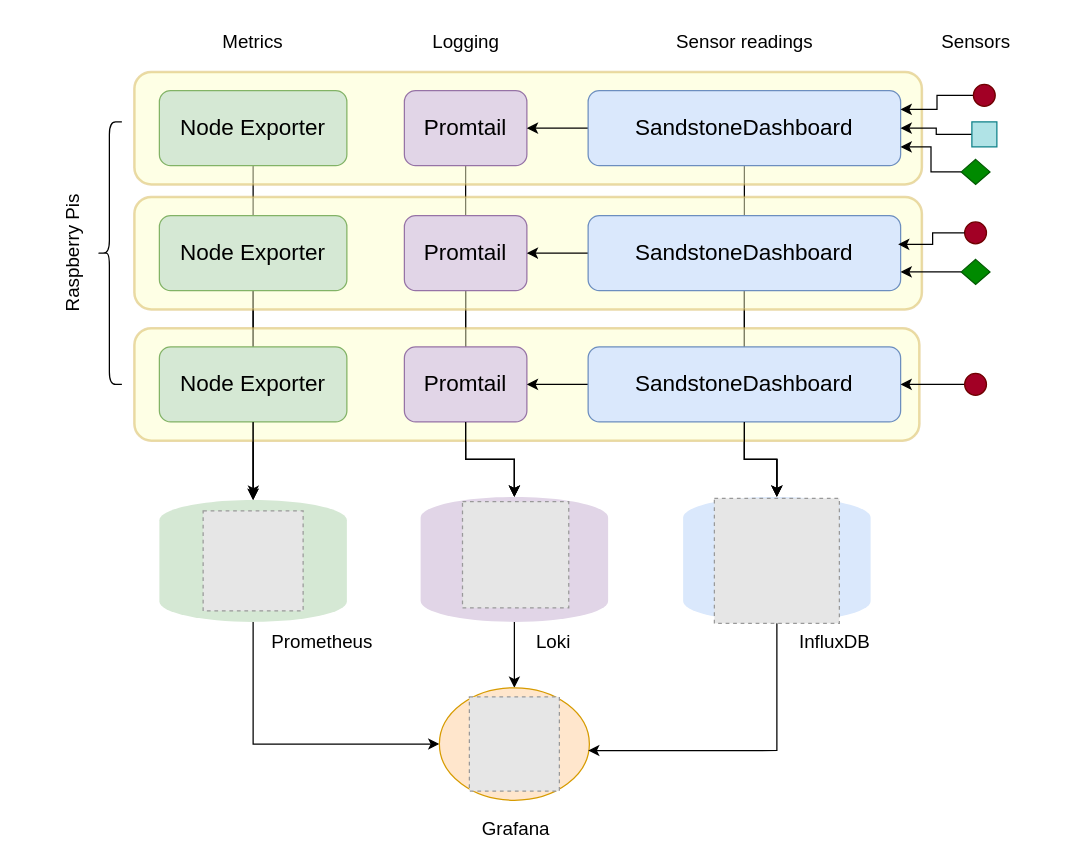
Above: images_diagrams/monitoring_stack.drawio in vulture2600/SandstoneDashboard (draw.io), before the change. Source tidied: cells renumbered, new cells numbered last; positions are measured from the earlier drawing's top-left corner, leaving out a move shared by most shapes. Both pictures are drawn from the tidied source at 125%, with x=0, y=0 at pixel (9, 21). Pictures stored in the file or linked from it are replaced by grey dashed boxes.
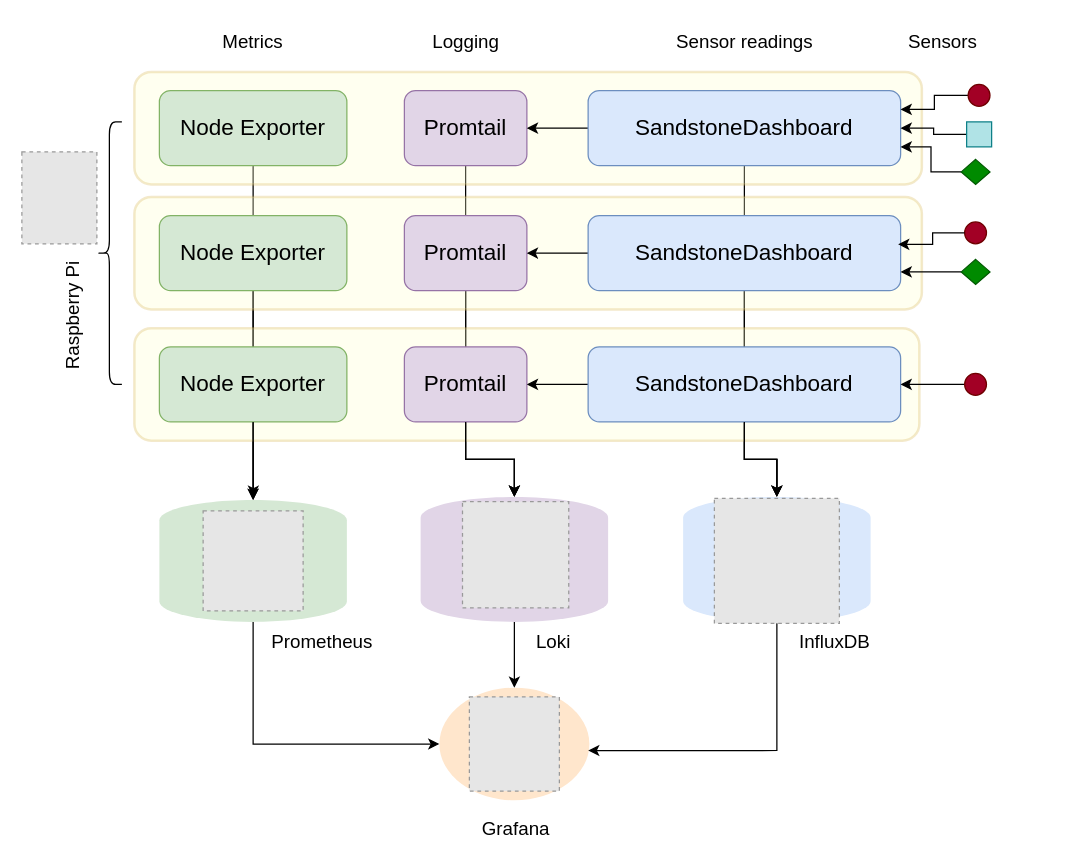
The same page after the edit.

Commit message (it also covers changes not shown here):
Update monitoring stack diagram with RPi logo

The edit, as a diff of the source:
```diff
@@
-    <mxCell id="8" style="rounded=1;whiteSpace=wrap;html=1;strokeWidth=2;fillColor=#FDFFCC;strokeColor=#d6b656;opacity=50;" parent="1" vertex="1">
+    <mxCell id="8" style="rounded=1;whiteSpace=wrap;html=1;strokeWidth=2;fillColor=#FDFFCC;strokeColor=#d6b656;opacity=30;" parent="1" vertex="1">
       <mxGeometry x="100" y="245" width="628" height="90" as="geometry" />
     </mxCell>
@@
-    <mxCell id="15" style="ellipse;whiteSpace=wrap;html=1;fillColor=#ffe6cc;strokeColor=#d79b00;" parent="1" vertex="1">
+    <mxCell id="15" style="ellipse;whiteSpace=wrap;html=1;fillColor=#ffe6cc;strokeColor=none;" parent="1" vertex="1">
       <mxGeometry x="344" y="532.7" width="120" height="90" as="geometry" />
     </mxCell>
@@
-    <mxCell id="22" style="rounded=1;whiteSpace=wrap;html=1;strokeWidth=2;fillColor=#FDFFCC;strokeColor=#d6b656;opacity=50;" parent="1" vertex="1">
+    <mxCell id="22" style="rounded=1;whiteSpace=wrap;html=1;strokeWidth=2;fillColor=#FDFFCC;strokeColor=#d6b656;opacity=30;" parent="1" vertex="1">
       <mxGeometry x="100" y="140" width="630" height="90" as="geometry" />
     </mxCell>
@@
-    <mxCell id="27" value="&lt;font&gt;Raspberry Pis&lt;/font&gt;" style="text;html=1;align=center;verticalAlign=middle;whiteSpace=wrap;rounded=0;rotation=270;fontSize=15;" parent="1" vertex="1">
-      <mxGeometry y="170" width="100" height="30" as="geometry" />
+    <mxCell id="27" value="&lt;font&gt;Raspberry Pi&lt;/font&gt;" style="text;html=1;align=center;verticalAlign=middle;whiteSpace=wrap;rounded=0;rotation=270;fontSize=15;" parent="1" vertex="1">
+      <mxGeometry y="220" width="100" height="30" as="geometry" />
     </mxCell>
-    <mxCell id="28" style="rounded=1;whiteSpace=wrap;html=1;strokeWidth=2;fillColor=#FDFFCC;strokeColor=#d6b656;opacity=50;" parent="1" vertex="1">
+    <mxCell id="28" style="rounded=1;whiteSpace=wrap;html=1;strokeWidth=2;fillColor=#FDFFCC;strokeColor=#d6b656;opacity=30;" parent="1" vertex="1">
       <mxGeometry x="100" y="40" width="630" height="90" as="geometry" />
     </mxCell>
@@
     <mxCell id="35" style="ellipse;whiteSpace=wrap;html=1;fillColor=#a20025;fontColor=#ffffff;strokeColor=#6F0000;" parent="1" vertex="1">
-      <mxGeometry x="771.2" y="50" width="17.5" height="17.5" as="geometry" />
+      <mxGeometry x="767" y="50" width="17.5" height="17.5" as="geometry" />
     </mxCell>
@@
     <mxCell id="37" style="whiteSpace=wrap;html=1;fillColor=#b0e3e6;strokeColor=#0e8088;" parent="1" vertex="1">
-      <mxGeometry x="770" y="80" width="20" height="20" as="geometry" />
+      <mxGeometry x="765.8" y="80" width="20" height="20" as="geometry" />
     </mxCell>
@@
     <mxCell id="50" value="&lt;font&gt;Sensors&lt;/font&gt;" style="text;html=1;align=center;verticalAlign=middle;whiteSpace=wrap;rounded=0;fontSize=15;" parent="1" vertex="1">
-      <mxGeometry x="712.5" width="121" height="30" as="geometry" />
+      <mxGeometry x="712.5" width="67.5" height="30" as="geometry" />
     </mxCell>
@@
+    <mxCell id="60" style="fillColor=#E6E6E6;strokeColor=#999999;dashed=1;verticalLabelPosition=bottom;labelBackgroundColor=default;verticalAlign=top;" parent="1" vertex="1">
+      <mxGeometry x="10" y="104" width="60" height="73.5" as="geometry" />
+    </mxCell>
```
